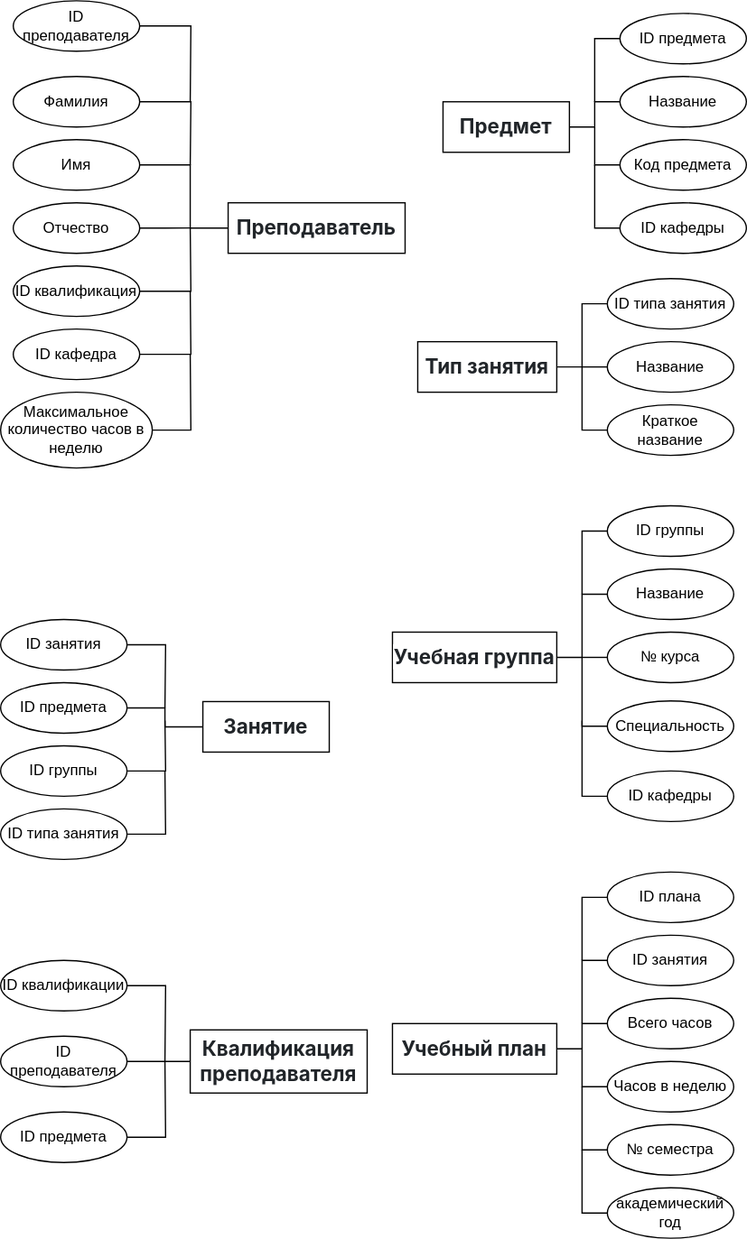
The draw.io diagram db_concept.drawio.svg in ksinph/PSTU_LABS_2023, before a commit. Source tidied: cells renumbered, new cells last; positions are measured from the earlier drawing's top-left corner, leaving out a move shared by most shapes.
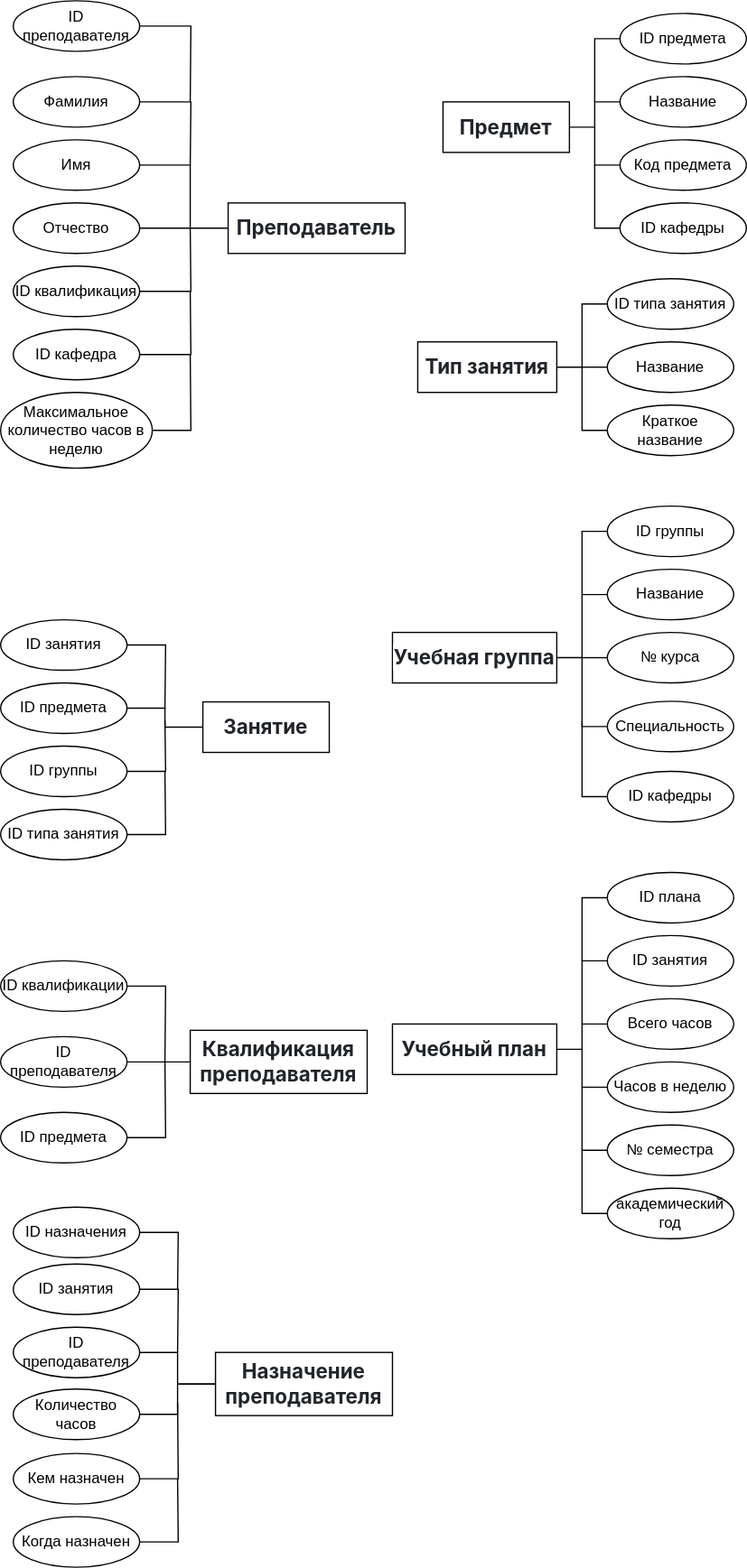
After the commit.

Diff of the diagram source:
```diff
@@ -270,5 +270,52 @@
     <mxCell id="72" value="ID предмета" style="ellipse;whiteSpace=wrap;html=1;align=center;" parent="1" vertex="1">
       <mxGeometry y="880" width="100" height="40" as="geometry" />
     </mxCell>
+    <mxCell id="73" value="&lt;span style=&quot;box-sizing: border-box; font-weight: bolder; color: rgb(33, 37, 41); font-family: -apple-system, BlinkMacSystemFont, &amp;quot;Segoe UI&amp;quot;, Roboto, &amp;quot;Helvetica Neue&amp;quot;, Arial, &amp;quot;Noto Sans&amp;quot;, sans-serif, &amp;quot;Apple Color Emoji&amp;quot;, &amp;quot;Segoe UI Emoji&amp;quot;, &amp;quot;Segoe UI Symbol&amp;quot;, &amp;quot;Noto Color Emoji&amp;quot;; font-size: 16px; text-align: left; background-color: rgb(255, 255, 255);&quot;&gt;Назначение преподавателя&lt;/span&gt;" style="whiteSpace=wrap;html=1;align=center;" parent="1" vertex="1">
+      <mxGeometry x="170" y="1070" width="140" height="50" as="geometry" />
+    </mxCell>
+    <mxCell id="74" style="edgeStyle=orthogonalEdgeStyle;rounded=0;jettySize=auto;html=1;exitX=1;exitY=0.5;exitDx=0;exitDy=0;endArrow=none;startFill=0;" parent="1" edge="1" source="75">
+      <mxGeometry relative="1" as="geometry">
+        <mxPoint x="140" y="1020" as="targetPoint" />
+      </mxGeometry>
+    </mxCell>
+    <mxCell id="75" value="ID назначения" style="ellipse;whiteSpace=wrap;html=1;align=center;" parent="1" vertex="1">
+      <mxGeometry x="10" y="955" width="100" height="40" as="geometry" />
+    </mxCell>
+    <mxCell id="76" style="edgeStyle=orthogonalEdgeStyle;rounded=0;jettySize=auto;html=1;exitX=1;exitY=0.5;exitDx=0;exitDy=0;endArrow=none;startFill=0;" parent="1" edge="1" source="77">
+      <mxGeometry relative="1" as="geometry">
+        <mxPoint x="140" y="1070" as="targetPoint" />
+      </mxGeometry>
+    </mxCell>
+    <mxCell id="77" value="ID занятия" style="ellipse;whiteSpace=wrap;html=1;align=center;" parent="1" vertex="1">
+      <mxGeometry x="10" y="1000" width="100" height="40" as="geometry" />
+    </mxCell>
+    <mxCell id="78" style="edgeStyle=orthogonalEdgeStyle;rounded=0;jettySize=auto;html=1;exitX=1;exitY=0.5;exitDx=0;exitDy=0;endArrow=none;startFill=0;" parent="1" edge="1" source="79" target="73">
+      <mxGeometry relative="1" as="geometry" />
+    </mxCell>
+    <mxCell id="79" value="ID преподавателя" style="ellipse;whiteSpace=wrap;html=1;align=center;" parent="1" vertex="1">
+      <mxGeometry x="10" y="1050" width="100" height="40" as="geometry" />
+    </mxCell>
+    <mxCell id="80" style="edgeStyle=orthogonalEdgeStyle;rounded=0;jettySize=auto;html=1;exitX=1;exitY=0.5;exitDx=0;exitDy=0;entryX=0;entryY=0.5;entryDx=0;entryDy=0;endArrow=none;startFill=0;" parent="1" edge="1" source="81" target="73">
+      <mxGeometry relative="1" as="geometry" />
+    </mxCell>
+    <mxCell id="81" value="Количество часов" style="ellipse;whiteSpace=wrap;html=1;align=center;" parent="1" vertex="1">
+      <mxGeometry x="10" y="1099" width="100" height="40" as="geometry" />
+    </mxCell>
+    <mxCell id="82" style="edgeStyle=orthogonalEdgeStyle;rounded=0;jettySize=auto;html=1;exitX=1;exitY=0.5;exitDx=0;exitDy=0;endArrow=none;startFill=0;" parent="1" edge="1" source="83">
+      <mxGeometry relative="1" as="geometry">
+        <mxPoint x="140" y="1110" as="targetPoint" />
+      </mxGeometry>
+    </mxCell>
+    <mxCell id="83" value="Кем назначен" style="ellipse;whiteSpace=wrap;html=1;align=center;" parent="1" vertex="1">
+      <mxGeometry x="10" y="1150" width="100" height="40" as="geometry" />
+    </mxCell>
+    <mxCell id="84" style="edgeStyle=orthogonalEdgeStyle;rounded=0;jettySize=auto;html=1;exitX=1;exitY=0.5;exitDx=0;exitDy=0;endArrow=none;startFill=0;" parent="1" edge="1" source="85">
+      <mxGeometry relative="1" as="geometry">
+        <mxPoint x="140" y="1170" as="targetPoint" />
+      </mxGeometry>
+    </mxCell>
+    <mxCell id="85" value="Когда назначен" style="ellipse;whiteSpace=wrap;html=1;align=center;" parent="1" vertex="1">
+      <mxGeometry x="10" y="1200" width="100" height="40" as="geometry" />
+    </mxCell>
   </root>
 </mxGraphModel>
```
